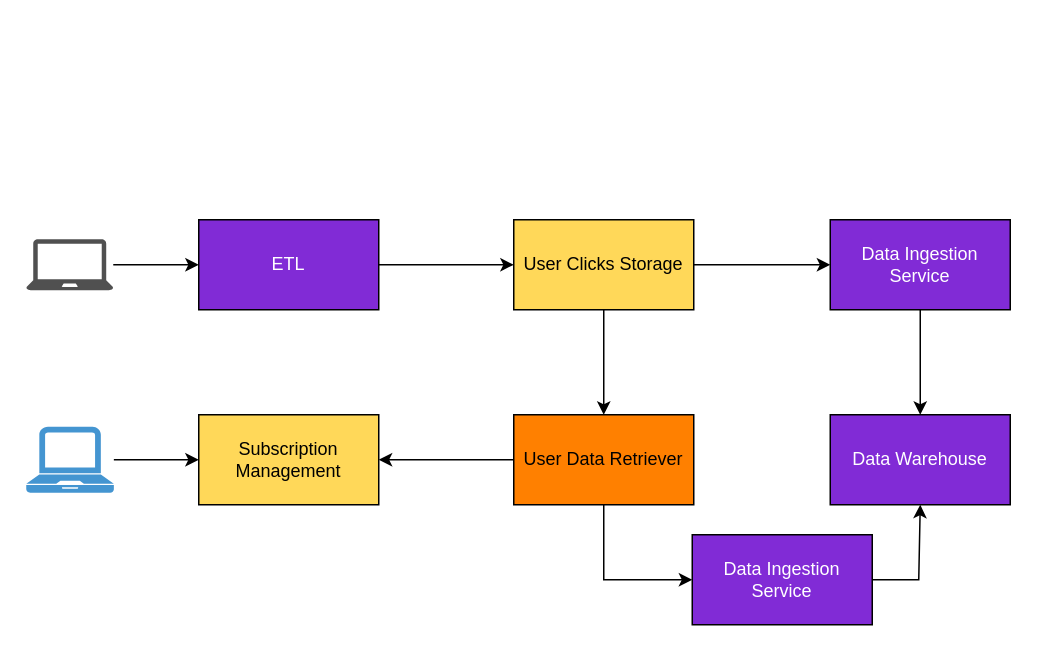
nevillio/hello-world keeps this draw.io diagram as user-clicks-analysis-flow.drawio. Above is the earlier version. Source tidied: cells renumbered, new cells numbered last; positions are measured from the earlier drawing's top-left corner, leaving out a move shared by most shapes. Both pictures are drawn from the tidied source at 150%, with x=0, y=0 at pixel (26, 219).
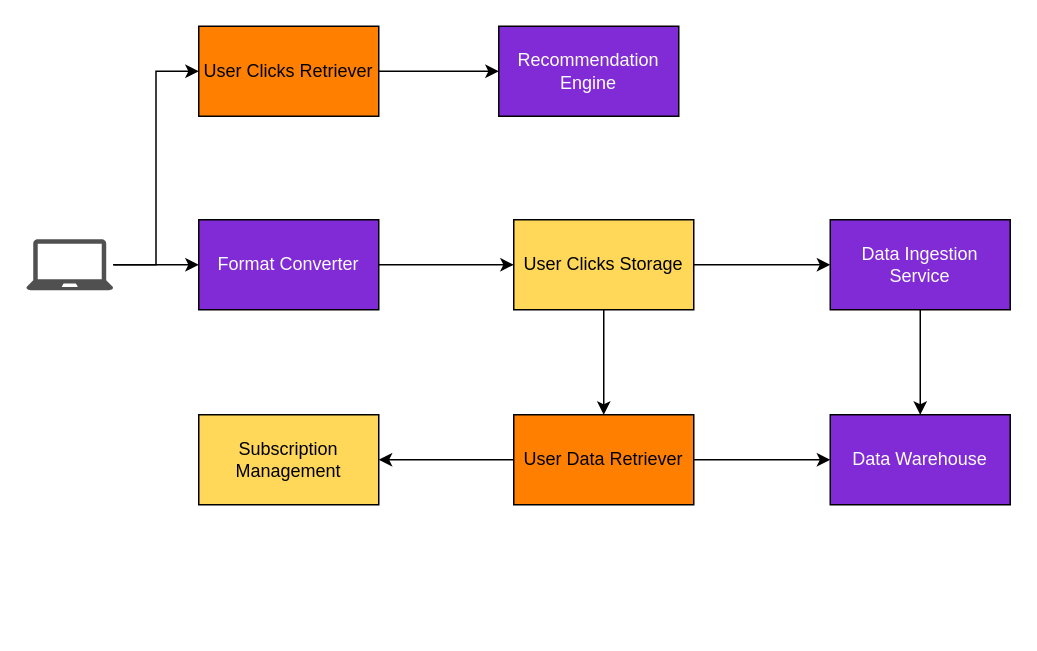
Above is the later version.

Unchanged cells that the change refers to:
```xml
<mxCell id="2" value="&lt;font color=&quot;#ffffff&quot;&gt;Data Warehouse&lt;/font&gt;" style="rounded=0;whiteSpace=wrap;html=1;fillColor=#812BD6;" parent="1" vertex="1">
  <mxGeometry x="536" y="130" width="120" height="60" as="geometry" />
</mxCell>
<mxCell id="12" value="User Data Retriever" style="rounded=0;whiteSpace=wrap;html=1;fillColor=#FF8000;" parent="1" vertex="1">
  <mxGeometry x="325" y="130" width="120" height="60" as="geometry" />
</mxCell>
<mxCell id="13" value="Subscription Management" style="rounded=0;whiteSpace=wrap;html=1;fillColor=#FFD859;" parent="1" vertex="1">
  <mxGeometry x="115" y="130" width="120" height="60" as="geometry" />
</mxCell>
<mxCell id="17" style="sketch=0;shadow=0;dashed=0;html=1;strokeColor=none;fillColor=#505050;labelPosition=center;verticalLabelPosition=bottom;verticalAlign=top;outlineConnect=0;align=center;shape=mxgraph.office.devices.laptop;" parent="1" vertex="1">
  <mxGeometry y="13" width="58" height="34" as="geometry" />
</mxCell>
```

Change to the diagram source:
```diff
@@
-    <mxCell id="7" value="&lt;font color=&quot;#ffffff&quot;&gt;ETL&lt;/font&gt;" style="rounded=0;whiteSpace=wrap;html=1;fillColor=#812BD6;" parent="1" vertex="1">
+    <mxCell id="7" value="&lt;font color=&quot;#ffffff&quot;&gt;Format Converter&lt;/font&gt;" style="rounded=0;whiteSpace=wrap;html=1;fillColor=#812BD6;" parent="1" vertex="1">
       <mxGeometry x="115" width="120" height="60" as="geometry" />
     </mxCell>
@@
-    <mxCell id="11" style="edgeStyle=orthogonalEdgeStyle;rounded=0;jettySize=auto;html=1;entryX=0;entryY=0.5;entryDx=0;entryDy=0;" parent="1" edge="1" source="12" target="15">
-      <mxGeometry relative="1" as="geometry" />
-    </mxCell>
+    <mxCell id="20" style="edgeStyle=orthogonalEdgeStyle;rounded=0;jettySize=auto;html=1;" parent="1" edge="1" source="12" target="2">
+      <mxGeometry relative="1" as="geometry" />
+    </mxCell>
@@
-    <mxCell id="14" style="edgeStyle=orthogonalEdgeStyle;rounded=0;jettySize=auto;html=1;entryX=0.5;entryY=1;entryDx=0;entryDy=0;" parent="1" edge="1" source="15" target="2">
-      <mxGeometry relative="1" as="geometry">
-        <Array as="points">
-          <mxPoint x="595" y="240" />
-        </Array>
-      </mxGeometry>
-    </mxCell>
-    <mxCell id="15" value="&lt;font color=&quot;#ffffff&quot;&gt;Data Ingestion Service&lt;/font&gt;" style="rounded=0;whiteSpace=wrap;html=1;fillColor=#812BD6;" parent="1" vertex="1">
-      <mxGeometry x="444" y="210" width="120" height="60" as="geometry" />
-    </mxCell>
@@
+    <mxCell id="21" style="edgeStyle=orthogonalEdgeStyle;rounded=0;jettySize=auto;html=1;entryX=0;entryY=0.5;entryDx=0;entryDy=0;" parent="1" edge="1" source="17" target="23">
+      <mxGeometry relative="1" as="geometry" />
+    </mxCell>
@@
-    <mxCell id="18" style="edgeStyle=orthogonalEdgeStyle;rounded=0;jettySize=auto;html=1;" parent="1" edge="1" source="19" target="13">
-      <mxGeometry relative="1" as="geometry" />
-    </mxCell>
-    <mxCell id="19" style="shadow=0;dashed=0;html=1;strokeColor=none;fillColor=#4495D1;labelPosition=center;verticalLabelPosition=bottom;verticalAlign=top;align=center;outlineConnect=0;shape=mxgraph.veeam.laptop;" parent="1" vertex="1">
-      <mxGeometry y="138" width="58.4" height="44" as="geometry" />
-    </mxCell>
+    <mxCell id="22" style="edgeStyle=orthogonalEdgeStyle;rounded=0;jettySize=auto;html=1;" parent="1" edge="1" source="23" target="24">
+      <mxGeometry relative="1" as="geometry" />
+    </mxCell>
+    <mxCell id="23" value="User Clicks Retriever" style="rounded=0;whiteSpace=wrap;html=1;fillColor=#FF8000;" parent="1" vertex="1">
+      <mxGeometry x="115" y="-129" width="120" height="60" as="geometry" />
+    </mxCell>
+    <mxCell id="24" value="&lt;font color=&quot;#ffffff&quot;&gt;Recommendation Engine&lt;/font&gt;" style="whiteSpace=wrap;html=1;fillColor=#812BD6;rounded=0;" parent="1" vertex="1">
+      <mxGeometry x="315" y="-129" width="120" height="60" as="geometry" />
+    </mxCell>
```
